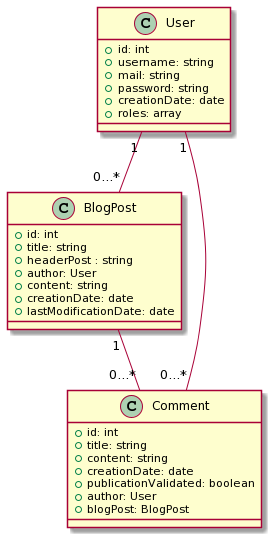
Above: UML/diagramme_classe.png in Maxime22/portfolio-php (PlantUML), before the change.
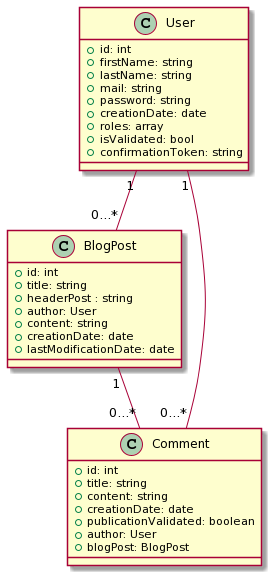
Later version of the same file.

Change to the diagram source:
```diff
@@ -1,11 +1,14 @@
 @startuml
 class User{
  +id: int
- +username: string
+ +firstName: string
+ +lastName: string
  +mail: string
  +password: string
  +creationDate: date
  +roles: array
+ +isValidated: bool
+ +confirmationToken: string
 }
 class BlogPost{
  +id: int
```
